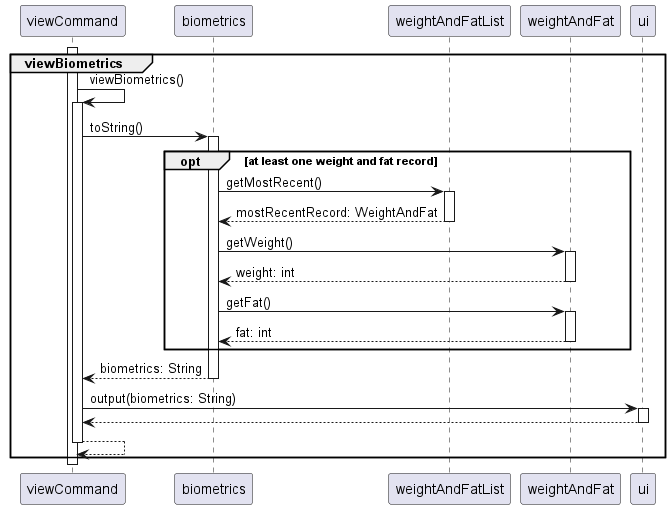
nus-cs2113-AY2223S1/tp keeps this PlantUML diagram as docs/UmlDiagrams/ViewBiometrics.png. Above is the earlier version.
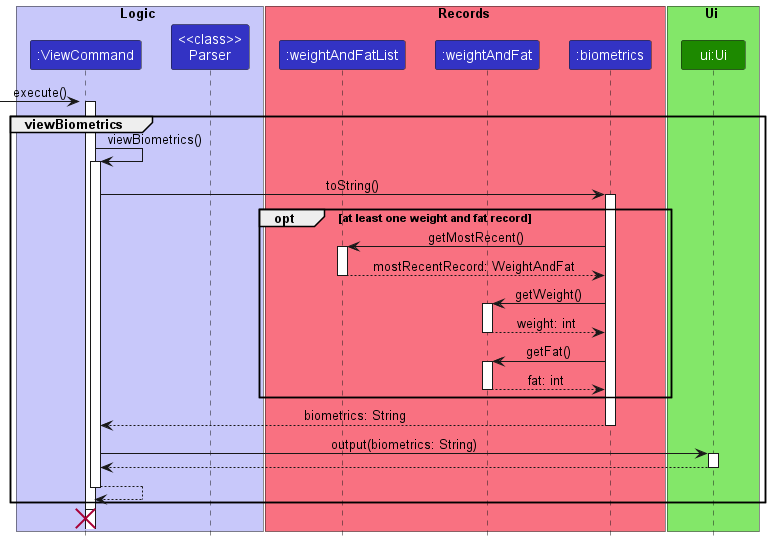
After the commit.

What changed in the source:
```diff
@@ -1,7 +1,25 @@
 @startuml
+
+!include style.puml
+
+box Logic LOGIC_COLOR_T1
+participant ":ViewCommand" as viewCommand LOGIC_COLOR
+participant "<<class>>\nParser" as Parser LOGIC_COLOR
+end box
+
+box Records RECORD_COLOR_T1
+participant ":weightAndFatList" as weightAndFatList LOGIC_COLOR
+participant ":weightAndFat" as weightAndFat LOGIC_COLOR
+participant ":biometrics" as biometrics LOGIC_COLOR
+end box
+
+box Ui UI_COLOR_T1
+participant "ui:Ui" as ui UI_COLOR
+end box
 
 autoactivate on
 
+[-> viewCommand : execute()
 activate viewCommand
 group viewBiometrics
     viewCommand -> viewCommand: viewBiometrics()
@@ -22,6 +40,6 @@
 
 end
 
-deactivate viewCommand
+destroy viewCommand
 
 @enduml
```
